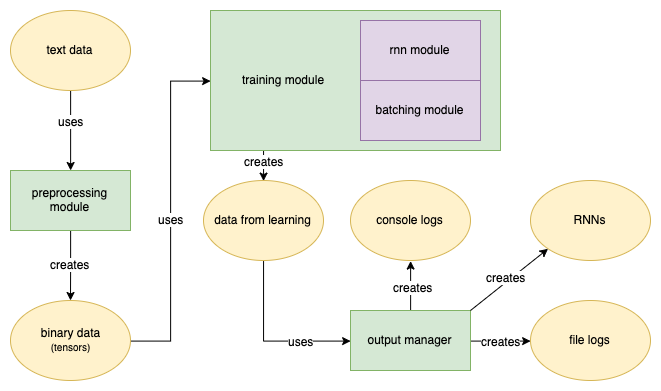
This is images/modules.png from WKD622/author-identification-rnn-documentation, a draw.io export, as it was before one commit. Source tidied: cells renumbered, new cells last; positions are measured from the earlier drawing's top-left corner, leaving out a move shared by most shapes. The source it was exported from:
```xml
<mxGraphModel>
  <root>
    <mxCell id="0" />
    <mxCell id="1" parent="0" />
    <mxCell id="2" style="edgeStyle=orthogonalEdgeStyle;rounded=0;jettySize=auto;html=1;exitX=0.5;exitY=1;exitDx=0;exitDy=0;entryX=0.5;entryY=0;entryDx=0;entryDy=0;" parent="1" edge="1" source="4" target="7">
      <mxGeometry relative="1" as="geometry" />
    </mxCell>
    <mxCell id="3" value="uses" style="text;html=1;align=center;verticalAlign=middle;labelBackgroundColor=#ffffff;" parent="2" vertex="1">
      <mxGeometry x="-0.23" relative="1" as="geometry" />
    </mxCell>
    <mxCell id="4" value="text data" style="ellipse;whiteSpace=wrap;html=1;fillColor=#fff2cc;strokeColor=#d6b656;" parent="1" vertex="1">
      <mxGeometry width="120" height="80" as="geometry" />
    </mxCell>
    <mxCell id="5" style="edgeStyle=orthogonalEdgeStyle;rounded=0;jettySize=auto;html=1;exitX=0.5;exitY=1;exitDx=0;exitDy=0;" parent="1" edge="1" source="7" target="10">
      <mxGeometry relative="1" as="geometry" />
    </mxCell>
    <mxCell id="6" value="creates" style="text;html=1;align=center;verticalAlign=middle;labelBackgroundColor=#ffffff;" parent="5" vertex="1">
      <mxGeometry x="-0.05" y="-1" relative="1" as="geometry" />
    </mxCell>
    <mxCell id="7" value="preprocessing module" style="rounded=0;whiteSpace=wrap;html=1;fillColor=#d5e8d4;strokeColor=#82b366;" parent="1" vertex="1">
      <mxGeometry y="160" width="120" height="60" as="geometry" />
    </mxCell>
    <mxCell id="8" style="edgeStyle=orthogonalEdgeStyle;rounded=0;jettySize=auto;html=1;exitX=1;exitY=0.5;exitDx=0;exitDy=0;entryX=0;entryY=0.5;entryDx=0;entryDy=0;" parent="1" edge="1" source="10" target="13">
      <mxGeometry relative="1" as="geometry" />
    </mxCell>
    <mxCell id="9" value="uses" style="text;html=1;align=center;verticalAlign=middle;labelBackgroundColor=#ffffff;" parent="8" vertex="1">
      <mxGeometry x="-0.05" relative="1" as="geometry" />
    </mxCell>
    <mxCell id="10" value="binary data&lt;br&gt;&lt;font style=&quot;font-size: 10px&quot;&gt;(tensors)&lt;/font&gt;" style="ellipse;whiteSpace=wrap;html=1;fillColor=#fff2cc;strokeColor=#d6b656;" parent="1" vertex="1">
      <mxGeometry y="290" width="120" height="80" as="geometry" />
    </mxCell>
    <mxCell id="11" style="edgeStyle=orthogonalEdgeStyle;rounded=0;jettySize=auto;html=1;exitX=0.25;exitY=1;exitDx=0;exitDy=0;entryX=0.5;entryY=0;entryDx=0;entryDy=0;" parent="1" edge="1" source="13" target="18">
      <mxGeometry relative="1" as="geometry">
        <Array as="points">
          <mxPoint x="253" y="140" />
        </Array>
      </mxGeometry>
    </mxCell>
    <mxCell id="12" value="creates" style="text;html=1;align=center;verticalAlign=middle;labelBackgroundColor=#ffffff;" parent="11" vertex="1">
      <mxGeometry x="0.28" y="3" relative="1" as="geometry">
        <mxPoint x="-3" y="-1.5" as="offset" />
      </mxGeometry>
    </mxCell>
    <mxCell id="13" value="&amp;nbsp; &amp;nbsp; &amp;nbsp; &amp;nbsp; &amp;nbsp;training module" style="rounded=0;whiteSpace=wrap;html=1;align=left;fillColor=#d5e8d4;strokeColor=#82b366;" parent="1" vertex="1">
      <mxGeometry x="200" width="290" height="140" as="geometry" />
    </mxCell>
    <mxCell id="14" value="rnn module" style="rounded=0;whiteSpace=wrap;html=1;fillColor=#e1d5e7;strokeColor=#9673a6;" parent="1" vertex="1">
      <mxGeometry x="350" y="10" width="120" height="60" as="geometry" />
    </mxCell>
    <mxCell id="15" value="batching module" style="rounded=0;whiteSpace=wrap;html=1;fillColor=#e1d5e7;strokeColor=#9673a6;" parent="1" vertex="1">
      <mxGeometry x="350" y="70" width="120" height="60" as="geometry" />
    </mxCell>
    <mxCell id="16" style="edgeStyle=orthogonalEdgeStyle;rounded=0;jettySize=auto;html=1;exitX=0.5;exitY=1;exitDx=0;exitDy=0;entryX=0;entryY=0.5;entryDx=0;entryDy=0;" parent="1" edge="1" source="18" target="23">
      <mxGeometry relative="1" as="geometry" />
    </mxCell>
    <mxCell id="17" value="uses" style="text;html=1;align=center;verticalAlign=middle;labelBackgroundColor=#ffffff;" parent="16" vertex="1">
      <mxGeometry x="-0.26" y="21" relative="1" as="geometry">
        <mxPoint x="16" y="17.5" as="offset" />
      </mxGeometry>
    </mxCell>
    <mxCell id="18" value="data from learning" style="ellipse;whiteSpace=wrap;html=1;fillColor=#fff2cc;strokeColor=#d6b656;" parent="1" vertex="1">
      <mxGeometry x="193" y="170" width="120" height="80" as="geometry" />
    </mxCell>
    <mxCell id="19" style="edgeStyle=orthogonalEdgeStyle;rounded=0;jettySize=auto;html=1;exitX=0.5;exitY=0;exitDx=0;exitDy=0;entryX=0.5;entryY=1;entryDx=0;entryDy=0;" parent="1" edge="1" source="23" target="26">
      <mxGeometry relative="1" as="geometry" />
    </mxCell>
    <mxCell id="20" value="creates" style="text;html=1;align=center;verticalAlign=middle;labelBackgroundColor=#ffffff;" parent="19" vertex="1">
      <mxGeometry x="-0.04" y="-2" relative="1" as="geometry" />
    </mxCell>
    <mxCell id="21" style="edgeStyle=orthogonalEdgeStyle;rounded=0;jettySize=auto;html=1;exitX=1;exitY=0.5;exitDx=0;exitDy=0;entryX=0;entryY=0.5;entryDx=0;entryDy=0;" parent="1" edge="1" source="23" target="24">
      <mxGeometry relative="1" as="geometry" />
    </mxCell>
    <mxCell id="22" value="creates" style="text;html=1;align=center;verticalAlign=middle;labelBackgroundColor=#ffffff;" parent="21" vertex="1">
      <mxGeometry x="0.2" y="1" relative="1" as="geometry">
        <mxPoint x="-6.5" y="1" as="offset" />
      </mxGeometry>
    </mxCell>
    <mxCell id="23" value="output manager" style="rounded=0;whiteSpace=wrap;html=1;fillColor=#d5e8d4;strokeColor=#82b366;" parent="1" vertex="1">
      <mxGeometry x="340" y="300" width="120" height="60" as="geometry" />
    </mxCell>
    <mxCell id="24" value="file logs" style="ellipse;whiteSpace=wrap;html=1;fillColor=#fff2cc;strokeColor=#d6b656;" parent="1" vertex="1">
      <mxGeometry x="520" y="290" width="120" height="80" as="geometry" />
    </mxCell>
    <mxCell id="25" value="RNNs" style="ellipse;whiteSpace=wrap;html=1;fillColor=#fff2cc;strokeColor=#d6b656;" parent="1" vertex="1">
      <mxGeometry x="520" y="170" width="120" height="80" as="geometry" />
    </mxCell>
    <mxCell id="26" value="console logs" style="ellipse;whiteSpace=wrap;html=1;fillColor=#fff2cc;strokeColor=#d6b656;" parent="1" vertex="1">
      <mxGeometry x="340" y="170" width="120" height="80" as="geometry" />
    </mxCell>
    <mxCell id="27" style="endArrow=classic;html=1;entryX=0;entryY=1;entryDx=0;entryDy=0;" parent="1" edge="1" target="25">
      <mxGeometry relative="1" as="geometry">
        <mxPoint x="460" y="300" as="sourcePoint" />
      </mxGeometry>
    </mxCell>
    <mxCell id="28" value="creates" style="text;html=1;align=center;verticalAlign=middle;labelBackgroundColor=#ffffff;" parent="27" vertex="1">
      <mxGeometry x="-0.02" y="4" relative="1" as="geometry" />
    </mxCell>
  </root>
</mxGraphModel>
```
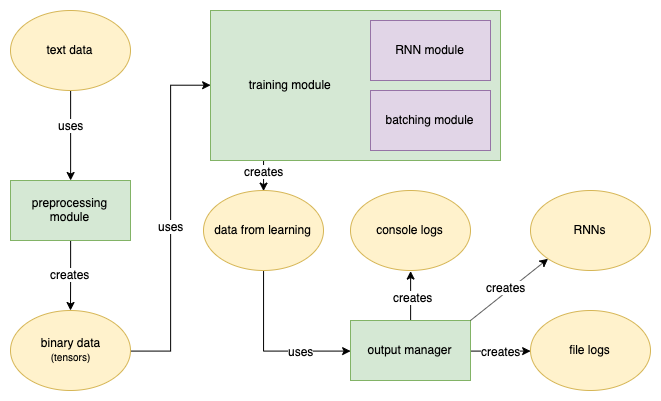
The same file after the commit.

The edit, as a diff of the source:
```diff
@@ -9,7 +9,7 @@
       <mxGeometry x="-0.23" relative="1" as="geometry" />
     </mxCell>
     <mxCell id="4" value="text data" style="ellipse;whiteSpace=wrap;html=1;fillColor=#fff2cc;strokeColor=#d6b656;" parent="1" vertex="1">
-      <mxGeometry width="120" height="80" as="geometry" />
+      <mxGeometry y="-10" width="120" height="80" as="geometry" />
     </mxCell>
     <mxCell id="5" style="edgeStyle=orthogonalEdgeStyle;rounded=0;jettySize=auto;html=1;exitX=0.5;exitY=1;exitDx=0;exitDy=0;" parent="1" edge="1" source="7" target="10">
       <mxGeometry relative="1" as="geometry" />
@@ -41,14 +41,14 @@
         <mxPoint x="-3" y="-1.5" as="offset" />
       </mxGeometry>
     </mxCell>
-    <mxCell id="13" value="&amp;nbsp; &amp;nbsp; &amp;nbsp; &amp;nbsp; &amp;nbsp;training module" style="rounded=0;whiteSpace=wrap;html=1;align=left;fillColor=#d5e8d4;strokeColor=#82b366;" parent="1" vertex="1">
-      <mxGeometry x="200" width="290" height="140" as="geometry" />
+    <mxCell id="13" value="&amp;nbsp; &amp;nbsp; &amp;nbsp; &amp;nbsp; &amp;nbsp; &amp;nbsp;training module" style="rounded=0;whiteSpace=wrap;html=1;align=left;fillColor=#d5e8d4;strokeColor=#82b366;" parent="1" vertex="1">
+      <mxGeometry x="200" y="-10" width="290" height="150" as="geometry" />
     </mxCell>
-    <mxCell id="14" value="rnn module" style="rounded=0;whiteSpace=wrap;html=1;fillColor=#e1d5e7;strokeColor=#9673a6;" parent="1" vertex="1">
-      <mxGeometry x="350" y="10" width="120" height="60" as="geometry" />
+    <mxCell id="14" value="RNN module" style="rounded=0;whiteSpace=wrap;html=1;fillColor=#e1d5e7;strokeColor=#9673a6;" parent="1" vertex="1">
+      <mxGeometry x="360" width="120" height="60" as="geometry" />
     </mxCell>
     <mxCell id="15" value="batching module" style="rounded=0;whiteSpace=wrap;html=1;fillColor=#e1d5e7;strokeColor=#9673a6;" parent="1" vertex="1">
-      <mxGeometry x="350" y="70" width="120" height="60" as="geometry" />
+      <mxGeometry x="360" y="70" width="120" height="60" as="geometry" />
     </mxCell>
     <mxCell id="16" style="edgeStyle=orthogonalEdgeStyle;rounded=0;jettySize=auto;html=1;exitX=0.5;exitY=1;exitDx=0;exitDy=0;entryX=0;entryY=0.5;entryDx=0;entryDy=0;" parent="1" edge="1" source="18" target="23">
       <mxGeometry relative="1" as="geometry" />
```
